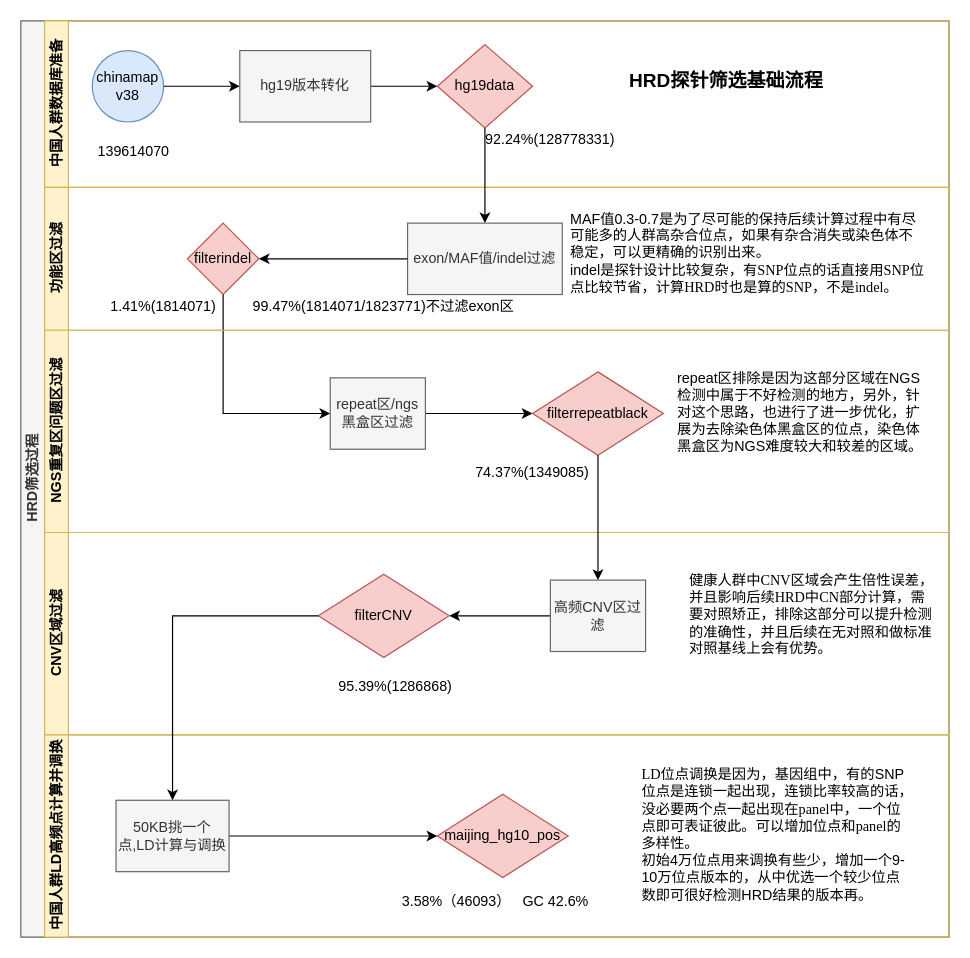
This is HRD_shaixuan_Diagram.drawio from kkshaxqd/pipline_contral, a draw.io file, before an edit. Source tidied: cells renumbered, new cells numbered last; positions are measured from the earlier drawing's top-left corner, leaving out a move shared by most shapes. Both pictures are drawn from the tidied source at 119%, with x=0, y=0 at pixel (20, 20).
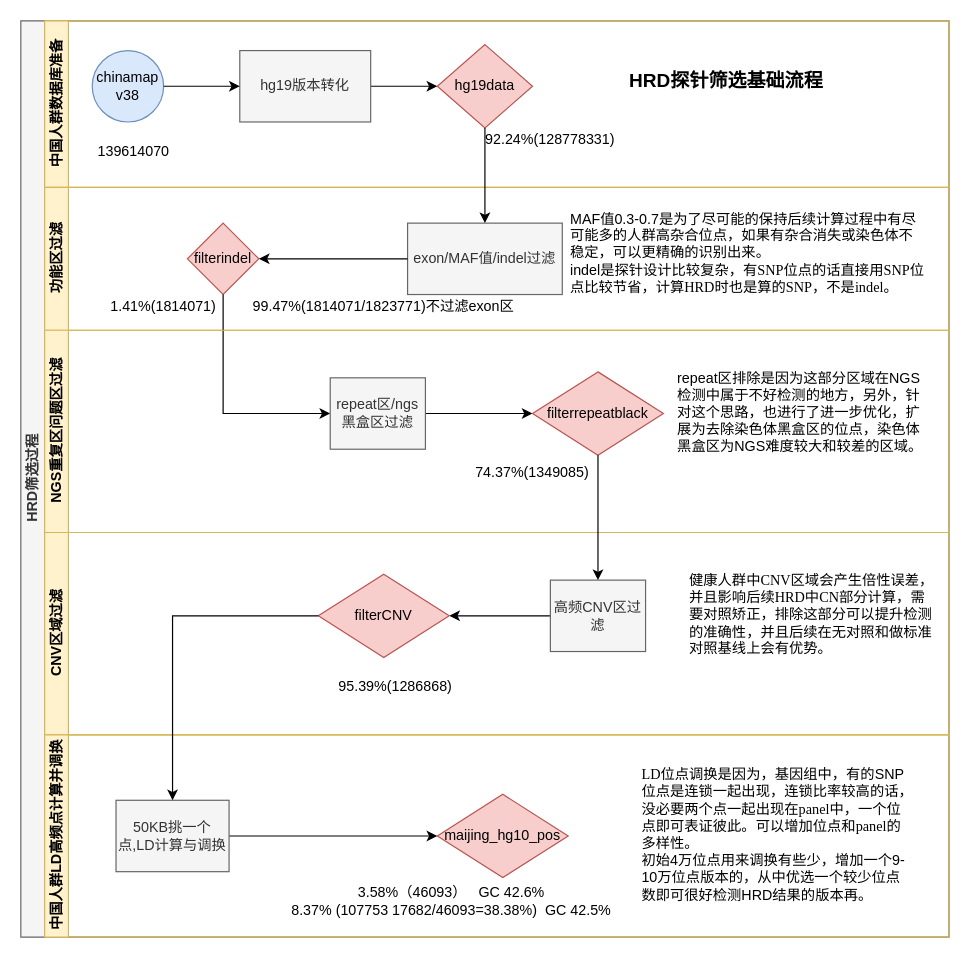
The same diagram, later.

Unchanged cells that the change refers to:
```xml
<mxCell id="30" value="中国人群LD高频点计算并调换" style="swimlane;html=1;startSize=20;horizontal=0;fillColor=#fff2cc;strokeColor=#d6b656;" parent="2" vertex="1">
  <mxGeometry x="20" y="600" width="760" height="170" as="geometry" />
</mxCell>
```

Diff of the diagram source:
```diff
@@
-    <mxCell id="34" value="3.58%（46093）&amp;nbsp; &amp;nbsp;GC 42.6%" style="text;html=1;strokeColor=none;fillColor=none;align=center;verticalAlign=middle;whiteSpace=wrap;rounded=0;" parent="30" vertex="1">
-      <mxGeometry x="274" y="130" width="210" height="20" as="geometry" />
+    <mxCell id="34" value="3.58%（46093）&amp;nbsp; &amp;nbsp;GC 42.6%&lt;br&gt;8.37% (107753 17682/46093=38.38%)&amp;nbsp; GC 42.5%" style="text;html=1;strokeColor=none;fillColor=none;align=center;verticalAlign=middle;whiteSpace=wrap;rounded=0;" parent="30" vertex="1">
+      <mxGeometry x="200" y="130" width="284" height="20" as="geometry" />
     </mxCell>
```
